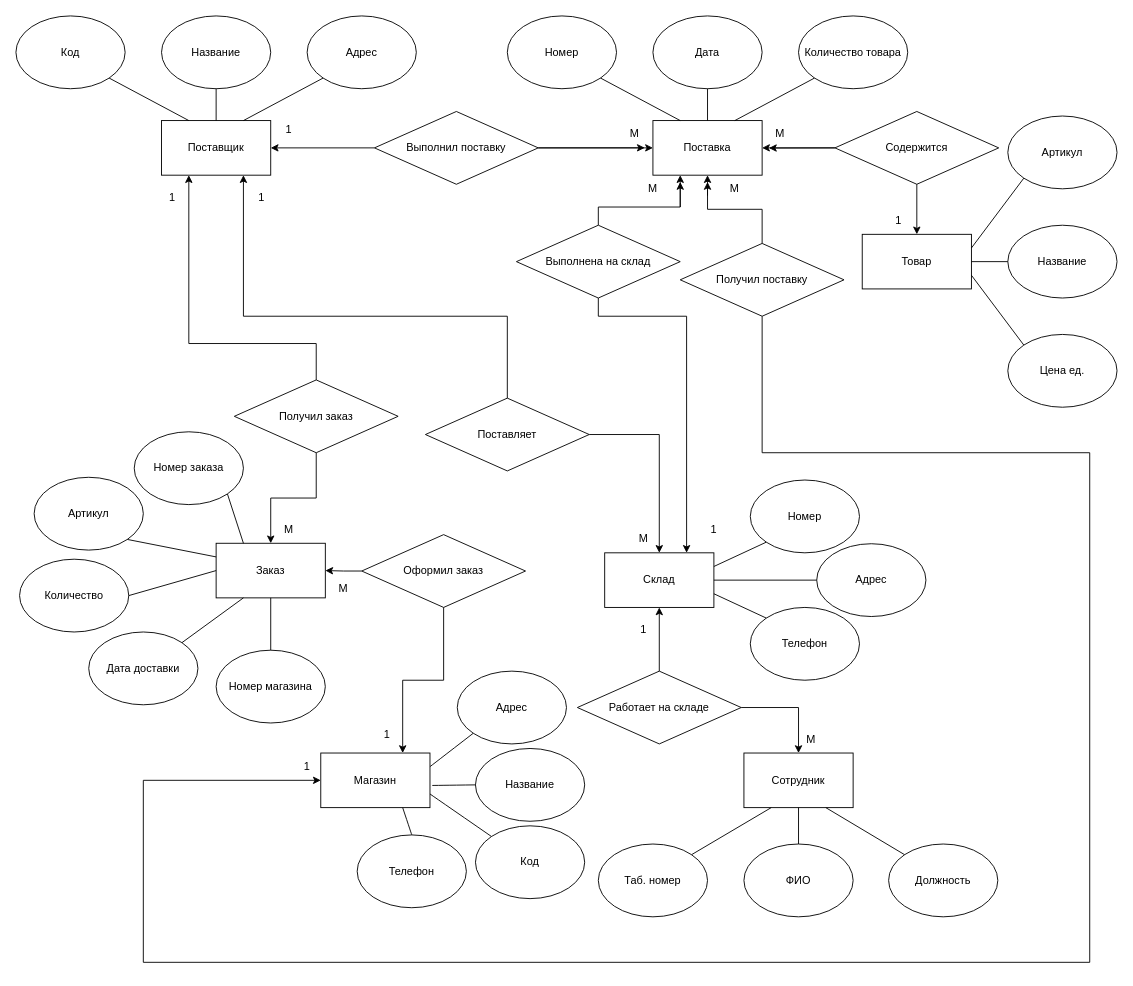
Earlier version of the draw.io diagram Untitled Diagram.drawio (polina-shimolina/OpenWeatherMap1). Source tidied: cells renumbered, new cells numbered last; positions are measured from the earlier drawing's top-left corner, leaving out a move shared by most shapes. Both pictures are drawn from the tidied source at 91%, with x=0, y=0 at pixel (15, 15).
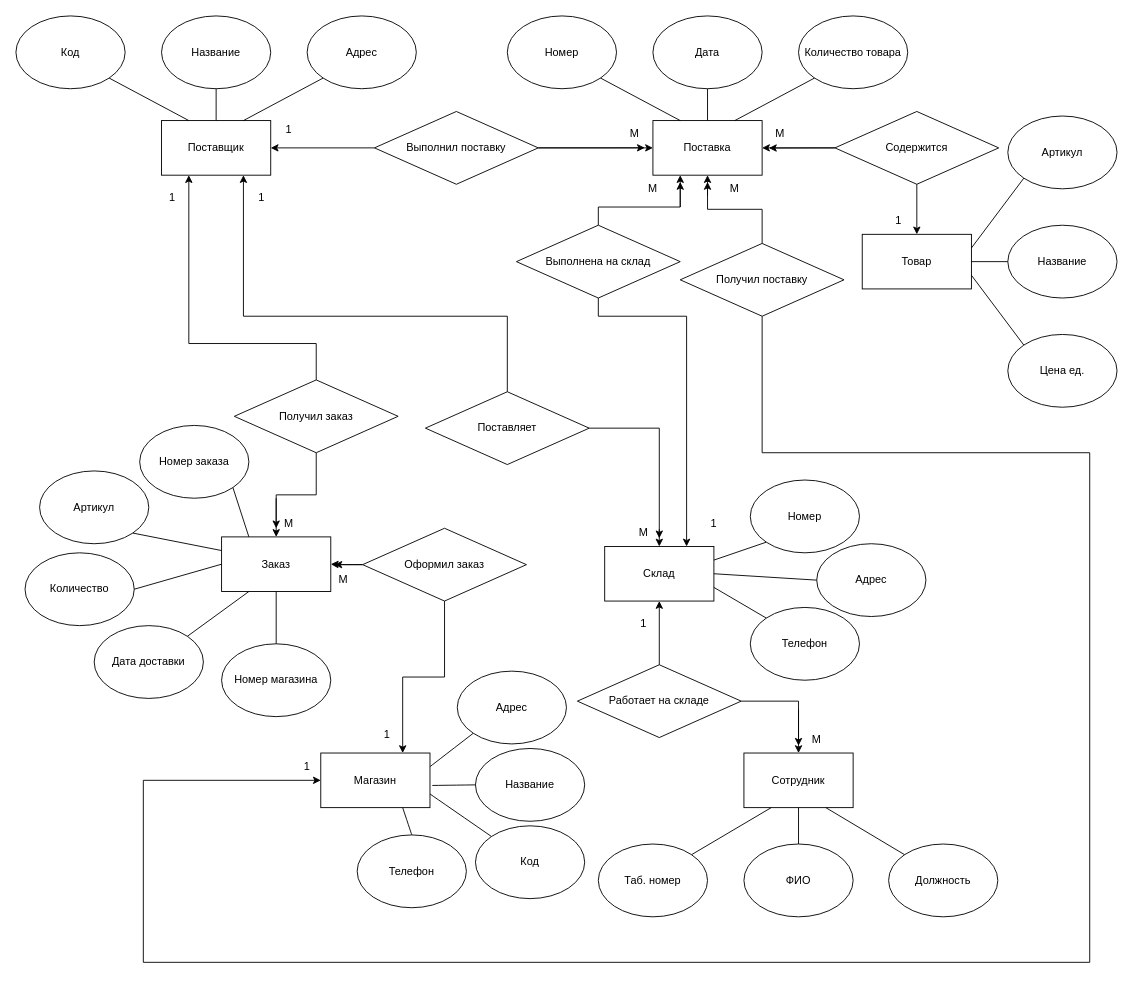
Above is the later version.

The edit, as a diff of the source:
```diff
@@
     <mxCell id="5" style="group;" parent="1" vertex="1">
-      <mxGeometry x="487" y="460" width="320" height="340" as="geometry" />
+      <mxGeometry x="487" y="453" width="320" height="340" as="geometry" />
     </mxCell>
@@
-    <mxCell id="14" value="Оформил заказ" style="rhombus;whiteSpace=wrap;html=1;" parent="5" vertex="1">
-      <mxGeometry x="-107" y="110" width="180" height="80" as="geometry" />
-    </mxCell>
+    <mxCell id="108" style="endArrow=classic;html=1;rounded=0;" parent="5" edge="1">
+      <mxGeometry relative="1" as="geometry">
+        <mxPoint x="220" y="111" as="sourcePoint" />
+        <mxPoint x="220" y="121" as="targetPoint" />
+      </mxGeometry>
+    </mxCell>
@@
     <mxCell id="78" style="group;" parent="1" vertex="1">
-      <mxGeometry x="4" y="457" width="336" height="320" as="geometry" />
+      <mxGeometry x="10" y="450" width="336" height="320" as="geometry" />
     </mxCell>
@@
     <mxCell id="90" value="М" style="text;html=1;strokeColor=none;fillColor=none;align=center;verticalAlign=middle;whiteSpace=wrap;rounded=0;shadow=1;" parent="78" vertex="1">
-      <mxGeometry x="266" y="92.5" width="60" height="30" as="geometry" />
+      <mxGeometry x="260" y="92.5" width="60" height="30" as="geometry" />
     </mxCell>
+    <mxCell id="109" style="endArrow=classic;html=1;rounded=0;" parent="78" edge="1">
+      <mxGeometry relative="1" as="geometry">
+        <mxPoint x="276" y="80" as="sourcePoint" />
+        <mxPoint x="276" y="113" as="targetPoint" />
+      </mxGeometry>
+    </mxCell>
@@
     <mxCell id="102" value="М" style="text;html=1;strokeColor=none;fillColor=none;align=center;verticalAlign=middle;whiteSpace=wrap;rounded=0;shadow=1;" parent="1" vertex="1">
-      <mxGeometry x="844" y="780" width="60" height="30" as="geometry" />
+      <mxGeometry x="850" y="780" width="60" height="30" as="geometry" />
     </mxCell>
     <mxCell id="103" value="М" style="text;html=1;strokeColor=none;fillColor=none;align=center;verticalAlign=middle;whiteSpace=wrap;rounded=0;shadow=1;" parent="1" vertex="1">
-      <mxGeometry x="330" y="615" width="60" height="30" as="geometry" />
+      <mxGeometry x="330" y="605" width="60" height="30" as="geometry" />
     </mxCell>
@@
+    <mxCell id="110" style="endArrow=classic;html=1;rounded=0;exitX=0;exitY=0.5;exitDx=0;exitDy=0;" parent="1" edge="1" source="14">
+      <mxGeometry relative="1" as="geometry">
+        <mxPoint x="350" y="603" as="targetPoint" />
+        <Array as="points">
+          <mxPoint x="370" y="603" />
+        </Array>
+      </mxGeometry>
+    </mxCell>
+    <mxCell id="14" value="Оформил заказ" style="rhombus;whiteSpace=wrap;html=1;" parent="1" vertex="1">
+      <mxGeometry x="381" y="563" width="180" height="80" as="geometry" />
+    </mxCell>
+    <mxCell id="111" style="endArrow=classic;html=1;rounded=0;" parent="1" edge="1">
+      <mxGeometry relative="1" as="geometry">
+        <mxPoint x="860" y="762" as="sourcePoint" />
+        <mxPoint x="860" y="802" as="targetPoint" />
+      </mxGeometry>
+    </mxCell>
```
